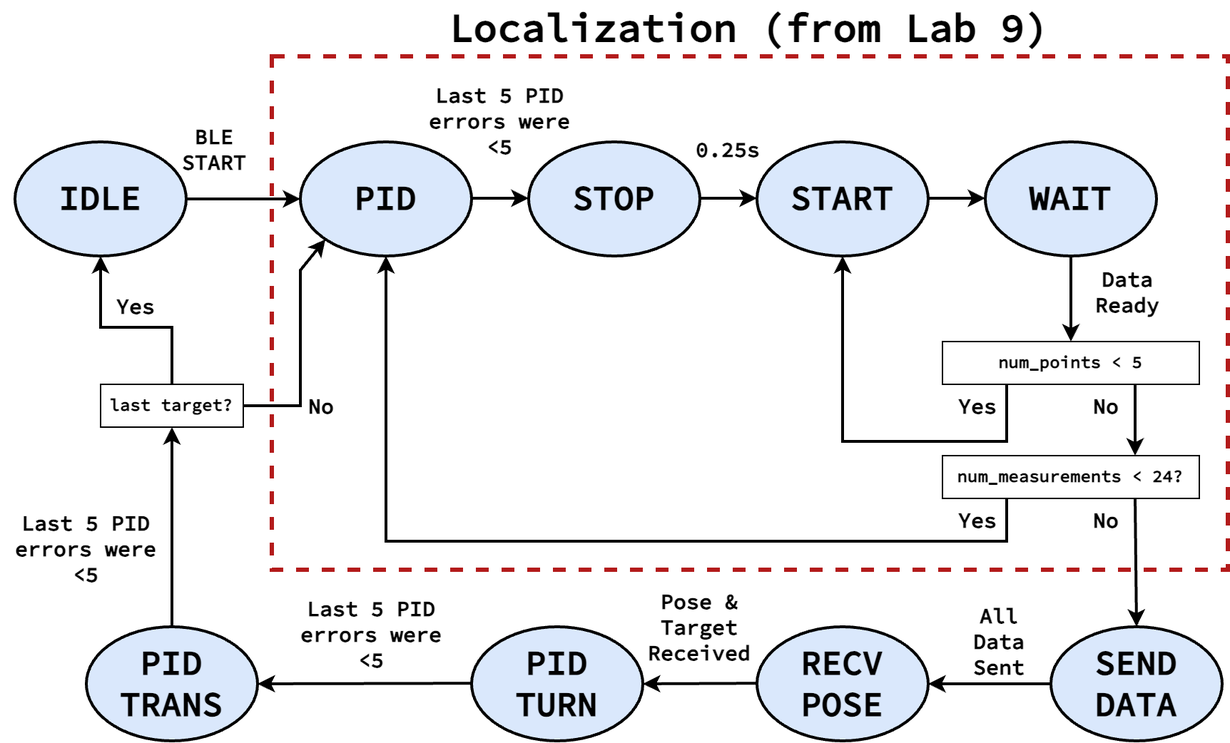
Before: docs/img/lab12/state_machine.png, a diagram exported from draw.io (Aidan-McNay/fast-robots-docs). Source tidied: cells renumbered, new cells last; positions are measured from the earlier drawing's top-left corner, leaving out a move shared by most shapes.
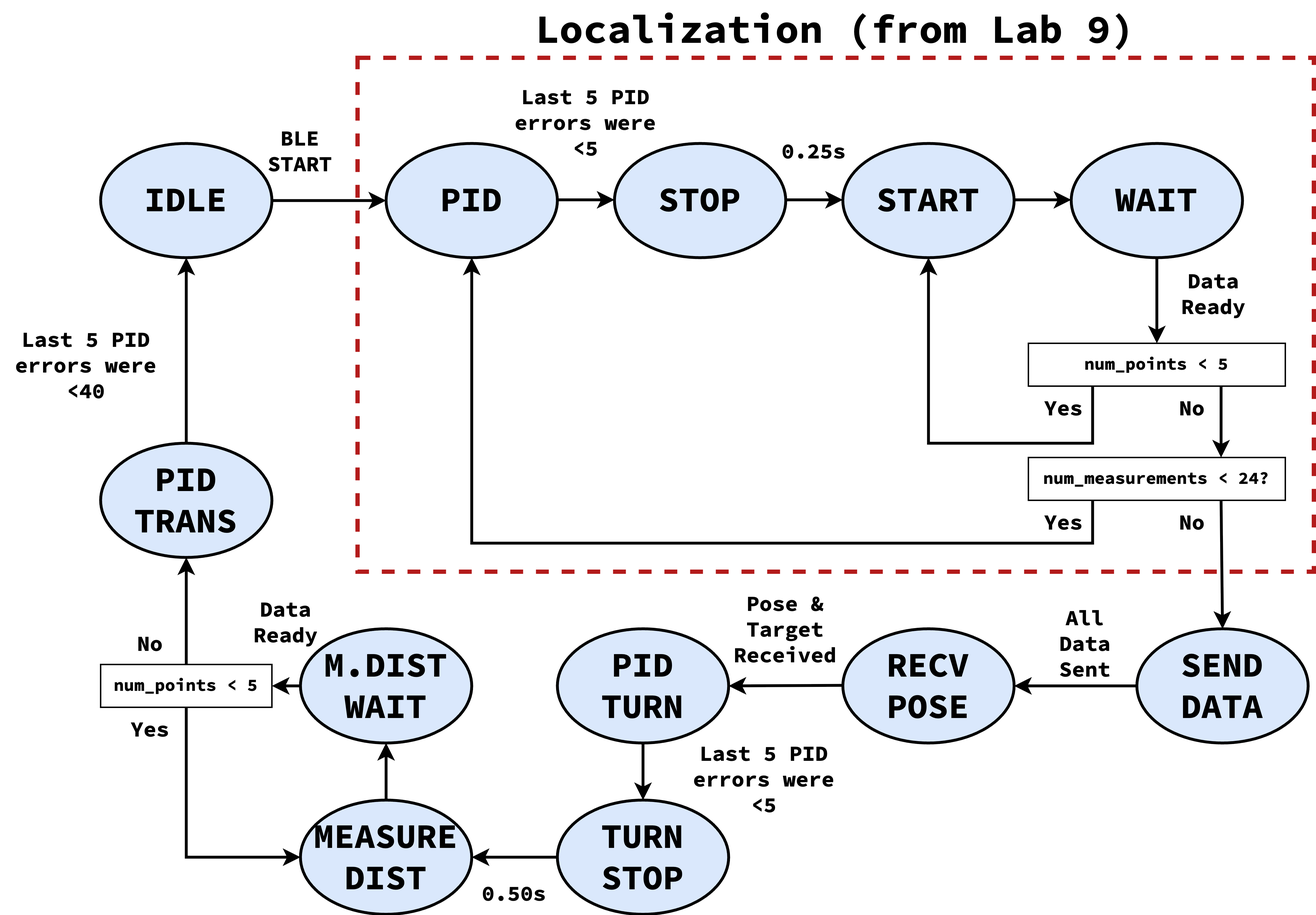
The same file after the commit.

Diff of the diagram source:
```diff
@@ -128,46 +128,64 @@
       <mxGeometry x="330" y="440" width="120" height="80" as="geometry" />
     </mxCell>
     <mxCell id="35" value="&lt;font face=&quot;Source Code Pro&quot;&gt;&lt;span style=&quot;font-size: 24px;&quot;&gt;&lt;b&gt;PID&lt;/b&gt;&lt;/span&gt;&lt;/font&gt;&lt;div&gt;&lt;font face=&quot;Source Code Pro&quot;&gt;&lt;span style=&quot;font-size: 24px;&quot;&gt;&lt;b&gt;TRANS&lt;/b&gt;&lt;/span&gt;&lt;/font&gt;&lt;/div&gt;" style="ellipse;whiteSpace=wrap;html=1;fillColor=#dae8fc;strokeColor=#000000;strokeWidth=2;" parent="1" vertex="1">
-      <mxGeometry x="60" y="440" width="120" height="80" as="geometry" />
+      <mxGeometry x="10" y="310" width="120" height="80" as="geometry" />
     </mxCell>
-    <mxCell id="36" style="endArrow=classic;html=1;rounded=0;strokeWidth=2;exitX=0;exitY=0.5;exitDx=0;exitDy=0;entryX=1;entryY=0.5;entryDx=0;entryDy=0;" parent="1" edge="1" target="35">
-      <mxGeometry relative="1" as="geometry">
-        <mxPoint x="330" y="479.6" as="sourcePoint" />
-      </mxGeometry>
-    </mxCell>
     <mxCell id="37" value="&lt;font face=&quot;Source Code Pro&quot;&gt;&lt;span style=&quot;font-size: 15px;&quot;&gt;&lt;b&gt;Last 5 PID errors were &amp;lt;5&lt;/b&gt;&lt;/span&gt;&lt;/font&gt;" style="text;html=1;align=center;verticalAlign=middle;whiteSpace=wrap;rounded=0;" parent="1" vertex="1">
-      <mxGeometry x="200" y="430" width="120" height="30" as="geometry" />
+      <mxGeometry x="415" y="530" width="120" height="30" as="geometry" />
     </mxCell>
-    <mxCell id="38" value="&lt;font face=&quot;Source Code Pro&quot;&gt;&lt;span style=&quot;font-size: 15px;&quot;&gt;&lt;b&gt;Last 5 PID errors were &amp;lt;5&lt;/b&gt;&lt;/span&gt;&lt;/font&gt;" style="text;html=1;align=center;verticalAlign=middle;whiteSpace=wrap;rounded=0;" parent="1" vertex="1">
-      <mxGeometry y="370" width="120" height="30" as="geometry" />
+    <mxCell id="38" value="&lt;font face=&quot;Source Code Pro&quot;&gt;&lt;span style=&quot;font-size: 15px;&quot;&gt;&lt;b&gt;Last 5 PID errors were &amp;lt;40&lt;/b&gt;&lt;/span&gt;&lt;/font&gt;" style="text;html=1;align=center;verticalAlign=middle;whiteSpace=wrap;rounded=0;" parent="1" vertex="1">
+      <mxGeometry x="-60" y="240" width="120" height="30" as="geometry" />
     </mxCell>
-    <mxCell id="39" value="&lt;font face=&quot;Source Code Pro&quot;&gt;&lt;b&gt;last target?&lt;/b&gt;&lt;/font&gt;" style="rounded=0;whiteSpace=wrap;html=1;" parent="1" vertex="1">
-      <mxGeometry x="70" y="270" width="100" height="30" as="geometry" />
-    </mxCell>
-    <mxCell id="40" style="endArrow=classic;html=1;rounded=0;strokeWidth=2;exitX=0.5;exitY=0;exitDx=0;exitDy=0;entryX=0.5;entryY=1;entryDx=0;entryDy=0;" parent="1" edge="1" source="35" target="39">
-      <mxGeometry relative="1" as="geometry" />
-    </mxCell>
-    <mxCell id="41" style="endArrow=classic;html=1;rounded=0;strokeWidth=2;exitX=1;exitY=0.5;exitDx=0;exitDy=0;entryX=0;entryY=1;entryDx=0;entryDy=0;" parent="1" edge="1" source="39" target="4">
-      <mxGeometry relative="1" as="geometry">
-        <Array as="points">
-          <mxPoint x="210" y="285" />
-          <mxPoint x="210" y="190" />
-        </Array>
-      </mxGeometry>
-    </mxCell>
+    <mxCell id="45" value="&lt;font face=&quot;Source Code Pro&quot;&gt;&lt;span style=&quot;font-size: 24px;&quot;&gt;&lt;b&gt;TURN&lt;/b&gt;&lt;/span&gt;&lt;/font&gt;&lt;div&gt;&lt;font face=&quot;Source Code Pro&quot;&gt;&lt;span style=&quot;font-size: 24px;&quot;&gt;&lt;b&gt;STOP&lt;/b&gt;&lt;/span&gt;&lt;/font&gt;&lt;/div&gt;" style="ellipse;whiteSpace=wrap;html=1;fillColor=#dae8fc;strokeColor=#000000;strokeWidth=2;" parent="1" vertex="1">
+      <mxGeometry x="330" y="560" width="120" height="80" as="geometry" />
+    </mxCell>
+    <mxCell id="46" value="&lt;font face=&quot;Source Code Pro&quot;&gt;&lt;span style=&quot;font-size: 24px;&quot;&gt;&lt;b&gt;MEASURE&lt;/b&gt;&lt;/span&gt;&lt;/font&gt;&lt;div&gt;&lt;font face=&quot;Source Code Pro&quot;&gt;&lt;span style=&quot;font-size: 24px;&quot;&gt;&lt;b&gt;DIST&lt;/b&gt;&lt;/span&gt;&lt;/font&gt;&lt;/div&gt;" style="ellipse;whiteSpace=wrap;html=1;fillColor=#dae8fc;strokeColor=#000000;strokeWidth=2;" parent="1" vertex="1">
+      <mxGeometry x="150" y="560" width="120" height="80" as="geometry" />
+    </mxCell>
+    <mxCell id="47" value="&lt;font face=&quot;Source Code Pro&quot;&gt;&lt;span style=&quot;font-size: 24px;&quot;&gt;&lt;b&gt;M.&lt;/b&gt;&lt;/span&gt;&lt;/font&gt;&lt;b style=&quot;font-size: 24px; font-family: &amp;quot;Source Code Pro&amp;quot;; background-color: transparent; color: light-dark(rgb(0, 0, 0), rgb(255, 255, 255));&quot;&gt;DIST&lt;/b&gt;&lt;div&gt;&lt;b style=&quot;font-size: 24px; font-family: &amp;quot;Source Code Pro&amp;quot;; background-color: transparent; color: light-dark(rgb(0, 0, 0), rgb(255, 255, 255));&quot;&gt;WAIT&lt;/b&gt;&lt;/div&gt;" style="ellipse;whiteSpace=wrap;html=1;fillColor=#dae8fc;strokeColor=#000000;strokeWidth=2;" parent="1" vertex="1">
+      <mxGeometry x="150" y="440" width="120" height="80" as="geometry" />
+    </mxCell>
+    <mxCell id="48" style="endArrow=classic;html=1;rounded=0;strokeWidth=2;exitX=0.5;exitY=0;exitDx=0;exitDy=0;entryX=0.5;entryY=1;entryDx=0;entryDy=0;" parent="1" edge="1" source="46" target="47">
+      <mxGeometry relative="1" as="geometry" />
+    </mxCell>
+    <mxCell id="49" style="endArrow=classic;html=1;rounded=0;strokeWidth=2;exitX=0.5;exitY=1;exitDx=0;exitDy=0;entryX=0.5;entryY=0;entryDx=0;entryDy=0;" parent="1" edge="1" source="34" target="45">
+      <mxGeometry relative="1" as="geometry" />
+    </mxCell>
+    <mxCell id="50" style="endArrow=classic;html=1;rounded=0;strokeWidth=2;exitX=0;exitY=0.5;exitDx=0;exitDy=0;entryX=1;entryY=0.5;entryDx=0;entryDy=0;" parent="1" edge="1" source="45" target="46">
+      <mxGeometry relative="1" as="geometry" />
+    </mxCell>
+    <mxCell id="51" style="endArrow=classic;html=1;rounded=0;strokeWidth=2;exitX=0.5;exitY=0;exitDx=0;exitDy=0;entryX=0.5;entryY=1;entryDx=0;entryDy=0;" parent="1" edge="1" source="35" target="3">
+      <mxGeometry relative="1" as="geometry" />
+    </mxCell>
+    <mxCell id="52" value="&lt;font face=&quot;Source Code Pro&quot;&gt;&lt;b&gt;num_points &amp;lt; 5&lt;/b&gt;&lt;/font&gt;" style="rounded=0;whiteSpace=wrap;html=1;" parent="1" vertex="1">
+      <mxGeometry x="10" y="465" width="120" height="30" as="geometry" />
+    </mxCell>
+    <mxCell id="53" style="endArrow=classic;html=1;rounded=0;strokeWidth=2;exitX=0.5;exitY=0;exitDx=0;exitDy=0;" parent="1" edge="1" source="52">
+      <mxGeometry relative="1" as="geometry">
+        <mxPoint x="70" y="390" as="targetPoint" />
+      </mxGeometry>
+    </mxCell>
+    <mxCell id="54" value="&lt;font face=&quot;Source Code Pro&quot;&gt;&lt;span style=&quot;font-size: 15px;&quot;&gt;&lt;b&gt;0.50s&lt;/b&gt;&lt;/span&gt;&lt;/font&gt;" style="text;html=1;align=center;verticalAlign=middle;whiteSpace=wrap;rounded=0;" parent="1" vertex="1">
+      <mxGeometry x="260" y="610" width="80" height="30" as="geometry" />
+    </mxCell>
+    <mxCell id="55" value="&lt;font face=&quot;Source Code Pro&quot;&gt;&lt;span style=&quot;font-size: 15px;&quot;&gt;&lt;b&gt;Data Ready&lt;/b&gt;&lt;/span&gt;&lt;/font&gt;" style="text;html=1;align=center;verticalAlign=middle;whiteSpace=wrap;rounded=0;" parent="1" vertex="1">
+      <mxGeometry x="100" y="420" width="80" height="30" as="geometry" />
+    </mxCell>
+    <mxCell id="56" style="endArrow=classic;html=1;rounded=0;strokeWidth=2;exitX=0;exitY=0.5;exitDx=0;exitDy=0;entryX=1;entryY=0.5;entryDx=0;entryDy=0;" parent="1" edge="1" source="47" target="52">
+      <mxGeometry relative="1" as="geometry" />
+    </mxCell>
+    <mxCell id="44" value="&lt;font face=&quot;Source Code Pro&quot;&gt;&lt;span style=&quot;font-size: 15px;&quot;&gt;&lt;b&gt;Yes&lt;/b&gt;&lt;/span&gt;&lt;/font&gt;" style="text;html=1;align=center;verticalAlign=middle;whiteSpace=wrap;rounded=0;" parent="1" vertex="1">
+      <mxGeometry x="20" y="495" width="50" height="30" as="geometry" />
+    </mxCell>
     <mxCell id="42" value="&lt;font face=&quot;Source Code Pro&quot;&gt;&lt;span style=&quot;font-size: 15px;&quot;&gt;&lt;b&gt;No&lt;/b&gt;&lt;/span&gt;&lt;/font&gt;" style="text;html=1;align=center;verticalAlign=middle;whiteSpace=wrap;rounded=0;" parent="1" vertex="1">
-      <mxGeometry x="210" y="270" width="30" height="30" as="geometry" />
+      <mxGeometry x="20" y="435" width="50" height="30" as="geometry" />
     </mxCell>
-    <mxCell id="43" style="endArrow=classic;html=1;rounded=0;strokeWidth=2;exitX=0.5;exitY=0;exitDx=0;exitDy=0;entryX=0.5;entryY=1;entryDx=0;entryDy=0;" parent="1" edge="1" source="39" target="3">
-      <mxGeometry relative="1" as="geometry">
-        <Array as="points">
-          <mxPoint x="120" y="230" />
-          <mxPoint x="70" y="230" />
-        </Array>
-      </mxGeometry>
-    </mxCell>
-    <mxCell id="44" value="&lt;font face=&quot;Source Code Pro&quot;&gt;&lt;span style=&quot;font-size: 15px;&quot;&gt;&lt;b&gt;Yes&lt;/b&gt;&lt;/span&gt;&lt;/font&gt;" style="text;html=1;align=center;verticalAlign=middle;whiteSpace=wrap;rounded=0;" parent="1" vertex="1">
-      <mxGeometry x="70" y="200" width="50" height="30" as="geometry" />
-    </mxCell>
+    <mxCell id="57" style="endArrow=classic;html=1;rounded=0;strokeWidth=2;exitX=0.5;exitY=1;exitDx=0;exitDy=0;entryX=0;entryY=0.5;entryDx=0;entryDy=0;" parent="1" edge="1" source="52" target="46">
+      <mxGeometry relative="1" as="geometry">
+        <Array as="points">
+          <mxPoint x="70" y="600" />
+        </Array>
+      </mxGeometry>
+    </mxCell>
   </root>
 </mxGraphModel>
```
